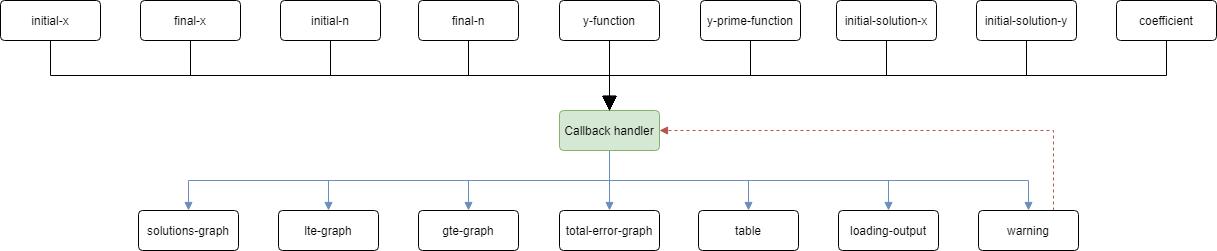
The draw.io diagram docs/callback.png in AlekseyKorshuk/numerical-methods, before a commit. Source tidied: cells renumbered, new cells last; positions are measured from the earlier drawing's top-left corner, leaving out a move shared by most shapes.
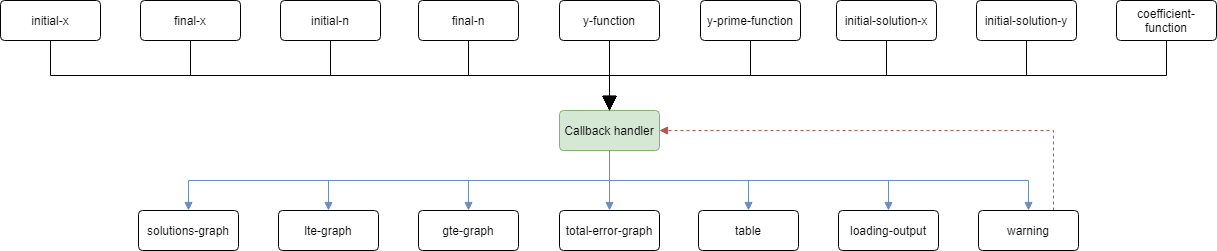
After the change.

Commit message:
feat: coefficient formula field

Change to the diagram source:
```diff
@@ -50,7 +50,7 @@
     <mxCell id="17" value="initial-solution-y" style="rounded=1;arcSize=10;whiteSpace=wrap;html=1;align=center;" parent="1" vertex="1">
       <mxGeometry x="976" width="100" height="40" as="geometry" />
     </mxCell>
-    <mxCell id="18" value="coefficient" style="rounded=1;arcSize=10;whiteSpace=wrap;html=1;align=center;" parent="1" vertex="1">
+    <mxCell id="18" value="coefficient-function" style="rounded=1;arcSize=10;whiteSpace=wrap;html=1;align=center;" parent="1" vertex="1">
       <mxGeometry x="1116" width="100" height="40" as="geometry" />
     </mxCell>
     <mxCell id="19" value="solutions-graph" style="rounded=1;arcSize=10;whiteSpace=wrap;html=1;align=center;" parent="1" vertex="1">
```
